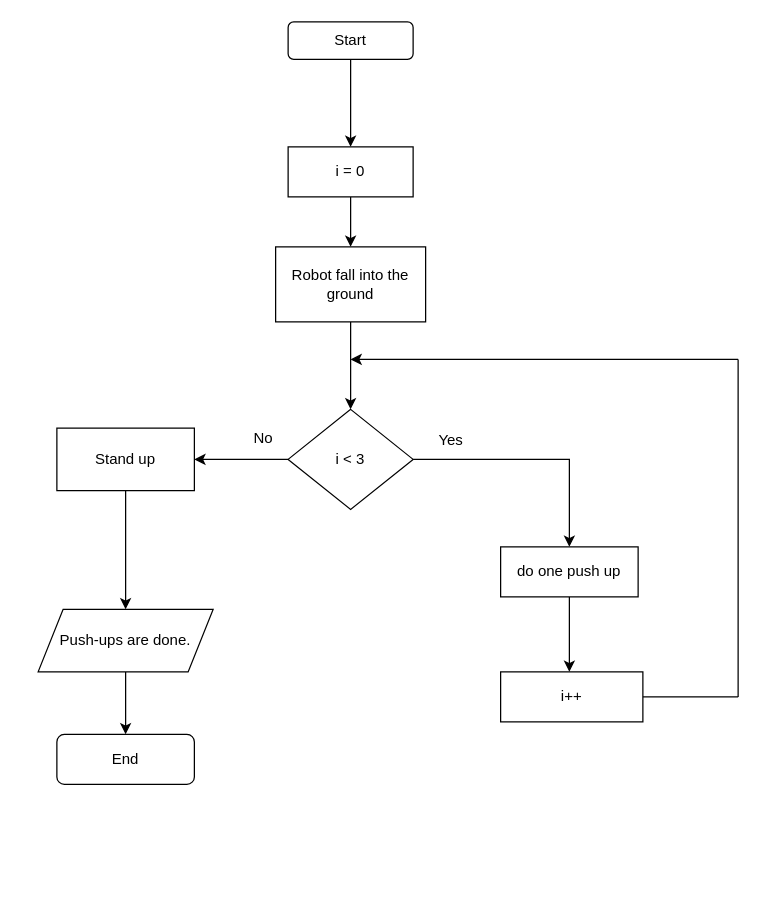
orchlonn/CS-325 keeps this draw.io diagram as Untitled Diagram.drawio. Above is the earlier version. Source tidied: cells renumbered, new cells numbered last; positions are measured from the earlier drawing's top-left corner, leaving out a move shared by most shapes. Both pictures are drawn from the tidied source at 125%, with x=0, y=0 at pixel (38, 21).
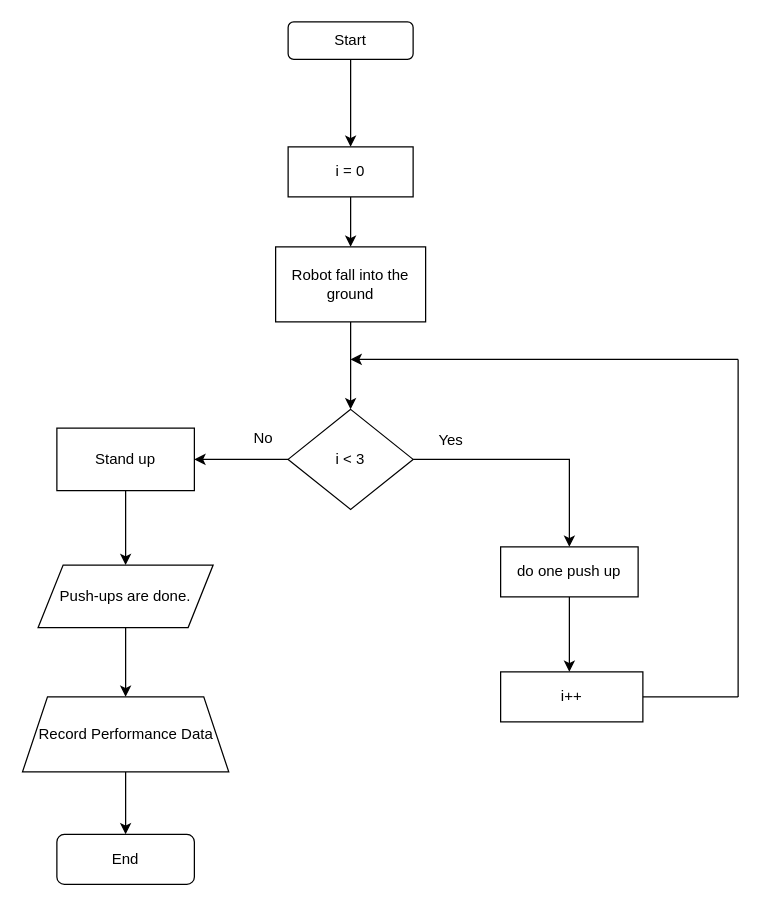
After the change.

Diff of the diagram source:
```diff
@@
     <mxCell id="3" value="End" style="rounded=1;whiteSpace=wrap;html=1;" parent="1" vertex="1">
-      <mxGeometry x="15" y="570" width="110" height="40" as="geometry" />
+      <mxGeometry x="15" y="650" width="110" height="40" as="geometry" />
     </mxCell>
@@
-    <mxCell id="15" style="edgeStyle=orthogonalEdgeStyle;rounded=0;jettySize=auto;html=1;" parent="1" edge="1" source="16" target="3">
-      <mxGeometry relative="1" as="geometry" />
-    </mxCell>
+    <mxCell id="24" style="edgeStyle=orthogonalEdgeStyle;rounded=0;jettySize=auto;html=1;" parent="1" edge="1" source="16" target="26">
+      <mxGeometry relative="1" as="geometry" />
+    </mxCell>
     <mxCell id="16" value="Push-ups are done." style="shape=parallelogram;perimeter=parallelogramPerimeter;whiteSpace=wrap;html=1;fixedSize=1;" parent="1" vertex="1">
-      <mxGeometry y="470" width="140" height="50" as="geometry" />
+      <mxGeometry y="434.5" width="140" height="50" as="geometry" />
     </mxCell>
@@
+    <mxCell id="25" style="edgeStyle=orthogonalEdgeStyle;rounded=0;jettySize=auto;html=1;" parent="1" edge="1" source="26" target="3">
+      <mxGeometry relative="1" as="geometry" />
+    </mxCell>
+    <mxCell id="26" value="Record Performance Data" style="shape=trapezoid;perimeter=trapezoidPerimeter;whiteSpace=wrap;html=1;fixedSize=1;" parent="1" vertex="1">
+      <mxGeometry x="-12.5" y="540" width="165" height="60" as="geometry" />
+    </mxCell>
```
